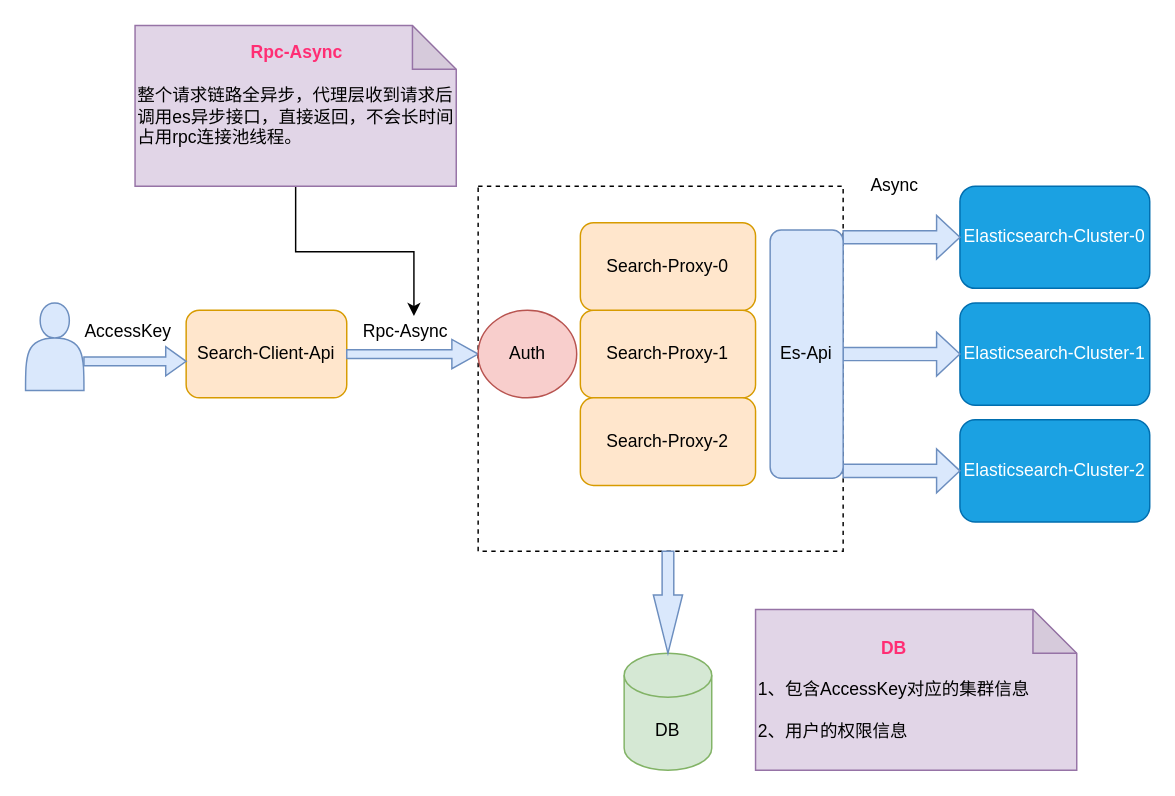
This is src/搜索网关.drawio from YANGJINJUE/SSM_Template, a draw.io file, before an edit. Source tidied: cells renumbered, new cells numbered last; positions are measured from the earlier drawing's top-left corner, leaving out a move shared by most shapes. Both pictures are drawn from the tidied source at 146%, with x=0, y=0 at pixel (25, 25).
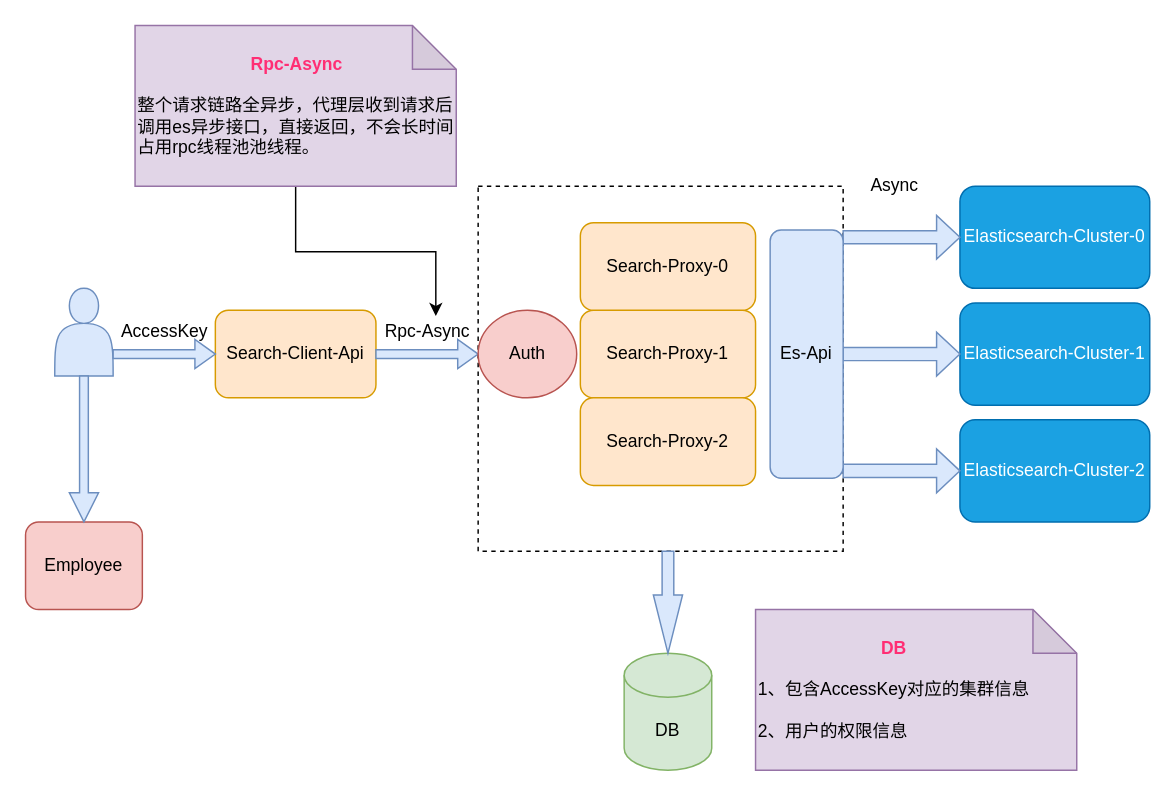
The same page after the edit.

What changed in the source:
```diff
@@
     <mxCell id="3" style="shape=actor;whiteSpace=wrap;html=1;fillColor=#dae8fc;strokeColor=#6c8ebf;" parent="1" vertex="1">
-      <mxGeometry y="190" width="40" height="60" as="geometry" />
+      <mxGeometry x="20" y="180" width="40" height="60" as="geometry" />
     </mxCell>
     <mxCell id="4" value="Search-Client-Api" style="rounded=1;whiteSpace=wrap;html=1;fillColor=#ffe6cc;strokeColor=#d79b00;" parent="1" vertex="1">
-      <mxGeometry x="110" y="195" width="110" height="60" as="geometry" />
+      <mxGeometry x="130" y="195" width="110" height="60" as="geometry" />
     </mxCell>
@@
     <mxCell id="16" style="shape=singleArrow;whiteSpace=wrap;html=1;fillColor=#dae8fc;strokeColor=#6c8ebf;" parent="1" vertex="1">
-      <mxGeometry x="40" y="220" width="70" height="20" as="geometry" />
+      <mxGeometry x="60" y="215" width="70" height="20" as="geometry" />
     </mxCell>
     <mxCell id="17" value="AccessKey" style="text;html=1;align=center;verticalAlign=middle;strokeColor=none;fillColor=none;" parent="1" vertex="1">
-      <mxGeometry x="35" y="200" width="70" height="20" as="geometry" />
+      <mxGeometry x="60" y="200" width="70" height="20" as="geometry" />
     </mxCell>
     <mxCell id="18" style="shape=singleArrow;whiteSpace=wrap;html=1;fillColor=#dae8fc;strokeColor=#6c8ebf;" parent="1" vertex="1">
-      <mxGeometry x="220" y="215" width="90" height="20" as="geometry" />
+      <mxGeometry x="240" y="215" width="70" height="20" as="geometry" />
     </mxCell>
     <mxCell id="19" value="Rpc-Async" style="text;html=1;align=center;verticalAlign=middle;points=[];strokeColor=none;fillColor=none;" parent="1" vertex="1">
-      <mxGeometry x="225" y="200" width="70" height="20" as="geometry" />
+      <mxGeometry x="240" y="200" width="70" height="20" as="geometry" />
     </mxCell>
@@
-    <mxCell id="24" value="&lt;div style=&quot;text-align: center&quot;&gt;&lt;font color=&quot;#ff2e74&quot;&gt;&lt;b&gt;Rpc-Async&lt;/b&gt;&lt;/font&gt;&lt;/div&gt;&lt;div style=&quot;text-align: center&quot;&gt;&lt;span&gt;&lt;b&gt;&lt;font color=&quot;#ff2e74&quot;&gt;&lt;br&gt;&lt;/font&gt;&lt;/b&gt;&lt;/span&gt;&lt;/div&gt;整个请求链路全异步，代理层收到请求后调用es异步接口，直接返回，不会长时间占用rpc连接池线程。&lt;br&gt;&lt;br&gt;" style="shape=note;whiteSpace=wrap;html=1;backgroundOutline=1;darkOpacity=0.05;align=left;fillColor=#e1d5e7;strokeColor=#9673a6;" parent="1" vertex="1">
+    <mxCell id="24" value="&lt;div style=&quot;text-align: center&quot;&gt;&lt;font color=&quot;#ff2e74&quot;&gt;&lt;b&gt;Rpc-Async&lt;/b&gt;&lt;/font&gt;&lt;/div&gt;&lt;div style=&quot;text-align: center&quot;&gt;&lt;span&gt;&lt;b&gt;&lt;font color=&quot;#ff2e74&quot;&gt;&lt;br&gt;&lt;/font&gt;&lt;/b&gt;&lt;/span&gt;&lt;/div&gt;整个请求链路全异步，代理层收到请求后调用es异步接口，直接返回，不会长时间占用rpc线程池池线程。&lt;br&gt;" style="shape=note;whiteSpace=wrap;html=1;backgroundOutline=1;darkOpacity=0.05;align=left;fillColor=#e1d5e7;strokeColor=#9673a6;" parent="1" vertex="1">
       <mxGeometry x="75" width="220" height="110" as="geometry" />
     </mxCell>
@@
+    <mxCell id="26" value="Employee" style="rounded=1;whiteSpace=wrap;html=1;fillColor=#f8cecc;strokeColor=#b85450;" parent="1" vertex="1">
+      <mxGeometry y="340" width="80" height="60" as="geometry" />
+    </mxCell>
+    <mxCell id="27" style="shape=singleArrow;whiteSpace=wrap;html=1;fillColor=#dae8fc;strokeColor=#6c8ebf;direction=south;" parent="1" vertex="1">
+      <mxGeometry x="30" y="240" width="20" height="100" as="geometry" />
+    </mxCell>
```
